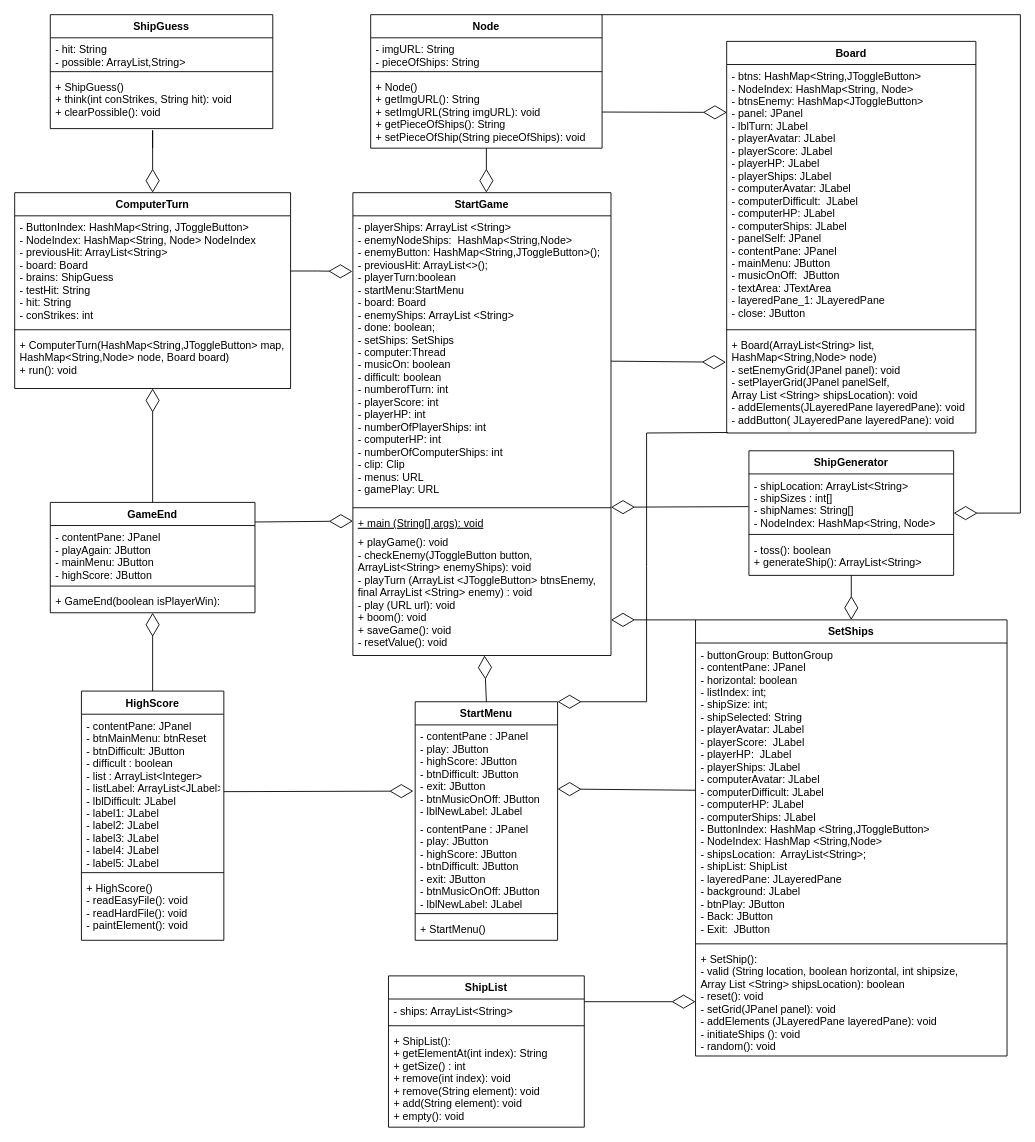
This is page "UML" (1 of 8) of Untitled Diagram.drawio from huytruengusi/Battleship-OOP, a draw.io file, before an edit. Source tidied: cells renumbered, new cells numbered last; positions are measured from the earlier drawing's top-left corner, leaving out a move shared by most shapes. Both pictures are drawn from the tidied source at 89%, with x=0, y=0 at pixel (14, 14).
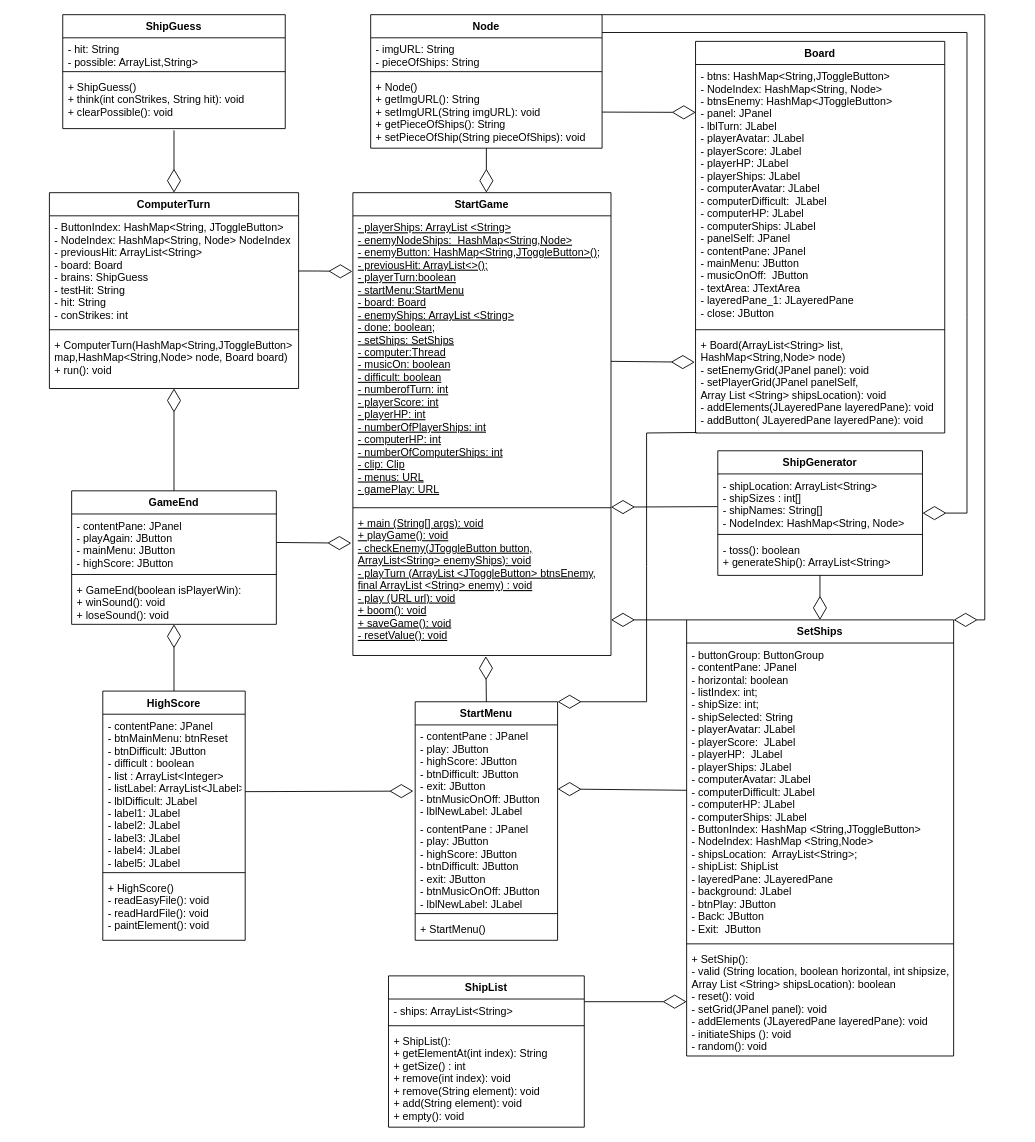
The same page after the edit.

Unchanged cells that the change refers to:
```xml
<mxCell id="2" value="StartGame" style="swimlane;fontStyle=1;align=center;verticalAlign=top;horizontal=1;startSize=26;" parent="1" vertex="1">
  <mxGeometry x="380" y="200" width="290" height="520" as="geometry" />
</mxCell>
<mxCell id="7" value="StartMenu" style="swimlane;fontStyle=1;align=center;verticalAlign=top;horizontal=1;startSize=26;" parent="1" vertex="1">
  <mxGeometry x="450" y="772" width="160" height="268" as="geometry" />
</mxCell>
<mxCell id="27" value="- shipLocation: ArrayList&lt;String&gt;&#10;- shipSizes : int[]&#10;- shipNames: String[]&#10;- NodeIndex: HashMap&lt;String, Node&gt;" style="text;strokeColor=none;fillColor=none;align=left;verticalAlign=top;spacingLeft=4;spacingRight=4;overflow=hidden;points=[[0,0.5],[1,0.5]];portConstraint=eastwest;" parent="26" vertex="1">
  <mxGeometry y="26" width="230" height="64" as="geometry" />
</mxCell>
<mxCell id="30" value="Node" style="swimlane;fontStyle=1;align=center;verticalAlign=top;horizontal=1;startSize=26;" parent="1" vertex="1">
  <mxGeometry x="400" width="260" height="150" as="geometry" />
</mxCell>
<mxCell id="31" value="- imgURL: String&#10;- pieceOfShips: String" style="text;strokeColor=none;fillColor=none;align=left;verticalAlign=top;spacingLeft=4;spacingRight=4;overflow=hidden;points=[[0,0.5],[1,0.5]];portConstraint=eastwest;" parent="30" vertex="1">
  <mxGeometry y="26" width="260" height="34" as="geometry" />
</mxCell>
<mxCell id="35" value="- contentPane: JPanel&#10;- playAgain: JButton&#10;- mainMenu: JButton&#10;- highScore: JButton" style="text;strokeColor=none;fillColor=none;align=left;verticalAlign=top;spacingLeft=4;spacingRight=4;overflow=hidden;points=[[0,0.5],[1,0.5]];portConstraint=eastwest;" parent="34" vertex="1">
  <mxGeometry y="26" width="230" height="64" as="geometry" />
</mxCell>
```

What changed in the source:
```diff
@@
-    <mxCell id="3" value="- playerShips: ArrayList &lt;String&gt;&#10;- enemyNodeShips:  HashMap&lt;String,Node&gt;&#10;- enemyButton: HashMap&lt;String,JToggleButton&gt;();&#10;- previousHit: ArrayList&lt;&gt;();&#10;- playerTurn:boolean&#10;- startMenu:StartMenu&#10;- board: Board&#10;- enemyShips: ArrayList &lt;String&gt;&#10;- done: boolean;&#10;- setShips: SetShips&#10;- computer:Thread&#10;- musicOn: boolean&#10;- difficult: boolean&#10;- numberofTurn: int&#10;- playerScore: int&#10;- playerHP: int&#10;- numberOfPlayerShips: int&#10;- computerHP: int&#10;- numberOfComputerShips: int&#10;- clip: Clip&#10;- menus: URL&#10;- gamePlay: URL" style="text;strokeColor=none;fillColor=none;align=left;verticalAlign=top;spacingLeft=4;spacingRight=4;overflow=hidden;points=[[0,0.5],[1,0.5]];portConstraint=eastwest;" parent="2" vertex="1">
+    <mxCell id="3" value="- playerShips: ArrayList &lt;String&gt;&#10;- enemyNodeShips:  HashMap&lt;String,Node&gt;&#10;- enemyButton: HashMap&lt;String,JToggleButton&gt;();&#10;- previousHit: ArrayList&lt;&gt;();&#10;- playerTurn:boolean&#10;- startMenu:StartMenu&#10;- board: Board&#10;- enemyShips: ArrayList &lt;String&gt;&#10;- done: boolean;&#10;- setShips: SetShips&#10;- computer:Thread&#10;- musicOn: boolean&#10;- difficult: boolean&#10;- numberofTurn: int&#10;- playerScore: int&#10;- playerHP: int&#10;- numberOfPlayerShips: int&#10;- computerHP: int&#10;- numberOfComputerShips: int&#10;- clip: Clip&#10;- menus: URL&#10;- gamePlay: URL" style="text;strokeColor=none;fillColor=none;align=left;verticalAlign=top;spacingLeft=4;spacingRight=4;overflow=hidden;points=[[0,0.5],[1,0.5]];portConstraint=eastwest;fontStyle=4;" parent="2" vertex="1">
       <mxGeometry y="26" width="290" height="324" as="geometry" />
     </mxCell>
@@
-    <mxCell id="5" value="+ main (String[] args): void" style="text;strokeColor=none;fillColor=none;align=left;verticalAlign=top;spacingLeft=4;spacingRight=4;overflow=hidden;points=[[0,0.5],[1,0.5]];portConstraint=eastwest;fontStyle=4;" parent="2" vertex="1">
-      <mxGeometry y="358" width="290" height="22" as="geometry" />
+    <mxCell id="5" value="+ main (String[] args): void&#10;+ playGame(): void&#10;- checkEnemy(JToggleButton button,&#10;ArrayList&lt;String&gt; enemyShips): void&#10;- playTurn (ArrayList &lt;JToggleButton&gt; btnsEnemy,&#10;final ArrayList &lt;String&gt; enemy) : void&#10;- play (URL url): void&#10;+ boom(): void&#10;+ saveGame(): void&#10;- resetValue(): void&#10;" style="text;strokeColor=none;fillColor=none;align=left;verticalAlign=top;spacingLeft=4;spacingRight=4;overflow=hidden;points=[[0,0.5],[1,0.5]];portConstraint=eastwest;fontStyle=4;" parent="2" vertex="1">
+      <mxGeometry y="358" width="290" height="162" as="geometry" />
     </mxCell>
-    <mxCell id="6" value="+ playGame(): void&#10;- checkEnemy(JToggleButton button,&#10;ArrayList&lt;String&gt; enemyShips): void&#10;- playTurn (ArrayList &lt;JToggleButton&gt; btnsEnemy,&#10;final ArrayList &lt;String&gt; enemy) : void&#10;- play (URL url): void&#10;+ boom(): void&#10;+ saveGame(): void&#10;- resetValue(): void&#10;" style="text;strokeColor=none;fillColor=none;align=left;verticalAlign=top;spacingLeft=4;spacingRight=4;overflow=hidden;points=[[0,0.5],[1,0.5]];portConstraint=eastwest;" parent="2" vertex="1">
-      <mxGeometry y="380" width="290" height="140" as="geometry" />
-    </mxCell>
@@
-    <mxCell id="12" style="endArrow=diamondThin;endFill=0;endSize=24;html=1;rounded=0;exitX=0.5;exitY=0;exitDx=0;exitDy=0;" parent="1" edge="1" source="7" target="6">
+    <mxCell id="12" style="endArrow=diamondThin;endFill=0;endSize=24;html=1;rounded=0;exitX=0.5;exitY=0;exitDx=0;exitDy=0;entryX=0.515;entryY=1.005;entryDx=0;entryDy=0;entryPerimeter=0;" parent="1" edge="1" source="7" target="5">
       <mxGeometry relative="1" as="geometry" />
     </mxCell>
@@
     <mxCell id="14" value="HighScore" style="swimlane;fontStyle=1;align=center;verticalAlign=top;horizontal=1;startSize=26;" parent="1" vertex="1">
-      <mxGeometry x="75" y="760" width="160" height="280" as="geometry" />
+      <mxGeometry x="99" y="760" width="160" height="280" as="geometry" />
     </mxCell>
@@
     <mxCell id="22" value="ShipGuess" style="swimlane;fontStyle=1;align=center;verticalAlign=top;horizontal=1;startSize=26;" parent="1" vertex="1">
-      <mxGeometry x="40" width="250" height="128" as="geometry" />
+      <mxGeometry x="54" width="250" height="128" as="geometry" />
     </mxCell>
@@
     <mxCell id="26" value="ShipGenerator" style="swimlane;fontStyle=1;align=center;verticalAlign=top;horizontal=1;startSize=26;" parent="1" vertex="1">
-      <mxGeometry x="825" y="490" width="230" height="140" as="geometry" />
+      <mxGeometry x="790" y="490" width="230" height="140" as="geometry" />
     </mxCell>
@@
     <mxCell id="34" value="GameEnd" style="swimlane;fontStyle=1;align=center;verticalAlign=top;horizontal=1;startSize=26;" parent="1" vertex="1">
-      <mxGeometry x="40" y="548" width="230" height="124" as="geometry" />
+      <mxGeometry x="64" y="535" width="230" height="150" as="geometry" />
     </mxCell>
@@
-    <mxCell id="37" value="+ GameEnd(boolean isPlayerWin):&#10;" style="text;strokeColor=none;fillColor=none;align=left;verticalAlign=top;spacingLeft=4;spacingRight=4;overflow=hidden;points=[[0,0.5],[1,0.5]];portConstraint=eastwest;" parent="34" vertex="1">
-      <mxGeometry y="98" width="230" height="26" as="geometry" />
+    <mxCell id="37" value="+ GameEnd(boolean isPlayerWin):&#10;+ winSound(): void&#10;+ loseSound(): void" style="text;strokeColor=none;fillColor=none;align=left;verticalAlign=top;spacingLeft=4;spacingRight=4;overflow=hidden;points=[[0,0.5],[1,0.5]];portConstraint=eastwest;" parent="34" vertex="1">
+      <mxGeometry y="98" width="230" height="52" as="geometry" />
     </mxCell>
     <mxCell id="38" value="ComputerTurn" style="swimlane;fontStyle=1;align=center;verticalAlign=top;horizontal=1;startSize=26;" parent="1" vertex="1">
-      <mxGeometry y="200" width="310" height="220" as="geometry" />
+      <mxGeometry x="39" y="200" width="280" height="220" as="geometry" />
     </mxCell>
     <mxCell id="39" value="- ButtonIndex: HashMap&lt;String, JToggleButton&gt;&#10;- NodeIndex: HashMap&lt;String, Node&gt; NodeIndex&#10;- previousHit: ArrayList&lt;String&gt;&#10;- board: Board&#10;- brains: ShipGuess&#10;- testHit: String&#10;- hit: String&#10;- conStrikes: int" style="text;strokeColor=none;fillColor=none;align=left;verticalAlign=top;spacingLeft=4;spacingRight=4;overflow=hidden;points=[[0,0.5],[1,0.5]];portConstraint=eastwest;" parent="38" vertex="1">
-      <mxGeometry y="26" width="310" height="124" as="geometry" />
+      <mxGeometry y="26" width="280" height="124" as="geometry" />
     </mxCell>
     <mxCell id="40" style="line;strokeWidth=1;fillColor=none;align=left;verticalAlign=middle;spacingTop=-1;spacingLeft=3;spacingRight=3;labelPosition=right;" parent="38" vertex="1">
-      <mxGeometry y="150" width="310" height="8" as="geometry" />
+      <mxGeometry y="150" width="280" height="8" as="geometry" />
     </mxCell>
-    <mxCell id="41" value="+ ComputerTurn(HashMap&lt;String,JToggleButton&gt; map,&#10;HashMap&lt;String,Node&gt; node, Board board)&#10;+ run(): void&#10;" style="text;strokeColor=none;fillColor=none;align=left;verticalAlign=top;spacingLeft=4;spacingRight=4;overflow=hidden;points=[[0,0.5],[1,0.5]];portConstraint=eastwest;" parent="38" vertex="1">
-      <mxGeometry y="158" width="310" height="62" as="geometry" />
+    <mxCell id="41" value="+ ComputerTurn(HashMap&lt;String,JToggleButton&gt; &#10;map,HashMap&lt;String,Node&gt; node, Board board)&#10;+ run(): void&#10;" style="text;strokeColor=none;fillColor=none;align=left;verticalAlign=top;spacingLeft=4;spacingRight=4;overflow=hidden;points=[[0,0.5],[1,0.5]];portConstraint=eastwest;" parent="38" vertex="1">
+      <mxGeometry y="158" width="280" height="62" as="geometry" />
     </mxCell>
     <mxCell id="42" value="Board" style="swimlane;fontStyle=1;align=center;verticalAlign=top;horizontal=1;startSize=26;" parent="1" vertex="1">
-      <mxGeometry x="800" y="30" width="280" height="440" as="geometry" />
+      <mxGeometry x="765" y="30" width="280" height="440" as="geometry" />
     </mxCell>
@@
-    <mxCell id="47" style="endArrow=diamondThin;endFill=0;endSize=24;html=1;rounded=0;entryX=0;entryY=0.5;entryDx=0;entryDy=0;" parent="1" edge="1" target="5">
-      <mxGeometry relative="1" as="geometry">
-        <mxPoint x="270" y="570" as="sourcePoint" />
-      </mxGeometry>
+    <mxCell id="47" style="endArrow=diamondThin;endFill=0;endSize=24;html=1;rounded=0;entryX=-0.006;entryY=0.221;entryDx=0;entryDy=0;entryPerimeter=0;exitX=1;exitY=0.5;exitDx=0;exitDy=0;" parent="1" edge="1" source="35" target="5">
+      <mxGeometry relative="1" as="geometry" />
     </mxCell>
     <mxCell id="48" value="SetShips" style="swimlane;fontStyle=1;align=center;verticalAlign=top;horizontal=1;startSize=26;" parent="1" vertex="1">
-      <mxGeometry x="765" y="680" width="350" height="490" as="geometry" />
+      <mxGeometry x="755" y="680" width="300" height="490" as="geometry" />
     </mxCell>
     <mxCell id="49" value="- buttonGroup: ButtonGroup&#10;- contentPane: JPanel&#10;- horizontal: boolean&#10;- listIndex: int;&#10;- shipSize: int;&#10;- shipSelected: String&#10;- playerAvatar: JLabel&#10;- playerScore:  JLabel&#10;- playerHP:  JLabel&#10;- playerShips: JLabel&#10;- computerAvatar: JLabel&#10;- computerDifficult: JLabel&#10;- computerHP: JLabel&#10;- computerShips: JLabel&#10;- ButtonIndex: HashMap &lt;String,JToggleButton&gt;&#10;- NodeIndex: HashMap &lt;String,Node&gt; &#10;- shipsLocation:  ArrayList&lt;String&gt;;&#10;- shipList: ShipList &#10;- layeredPane: JLayeredPane&#10;- background: JLabel&#10;- btnPlay: JButton&#10;- Back: JButton&#10;- Exit:  JButton" style="text;strokeColor=none;fillColor=none;align=left;verticalAlign=top;spacingLeft=4;spacingRight=4;overflow=hidden;points=[[0,0.5],[1,0.5]];portConstraint=eastwest;" parent="48" vertex="1">
-      <mxGeometry y="26" width="350" height="334" as="geometry" />
+      <mxGeometry y="26" width="300" height="334" as="geometry" />
     </mxCell>
     <mxCell id="50" style="line;strokeWidth=1;fillColor=none;align=left;verticalAlign=middle;spacingTop=-1;spacingLeft=3;spacingRight=3;labelPosition=right;" parent="48" vertex="1">
-      <mxGeometry y="360" width="350" height="8" as="geometry" />
+      <mxGeometry y="360" width="300" height="8" as="geometry" />
     </mxCell>
     <mxCell id="51" value="+ SetShip():&#10;- valid (String location, boolean horizontal, int shipsize, &#10;Array List &lt;String&gt; shipsLocation): boolean&#10;- reset(): void&#10;- setGrid(JPanel panel): void&#10;- addElements (JLayeredPane layeredPane): void&#10;- initiateShips (): void&#10;- random(): void" style="text;strokeColor=none;fillColor=none;align=left;verticalAlign=top;spacingLeft=4;spacingRight=4;overflow=hidden;points=[[0,0.5],[1,0.5]];portConstraint=eastwest;" parent="48" vertex="1">
-      <mxGeometry y="368" width="350" height="122" as="geometry" />
+      <mxGeometry y="368" width="300" height="122" as="geometry" />
     </mxCell>
@@
-    <mxCell id="56" style="endArrow=diamondThin;endFill=0;endSize=24;html=1;rounded=0;entryX=0.5;entryY=0;entryDx=0;entryDy=0;" parent="1" edge="1" target="38">
-      <mxGeometry relative="1" as="geometry">
-        <mxPoint x="155" y="150" as="sourcePoint" />
-        <Array as="points">
-          <mxPoint x="155" y="130" />
-        </Array>
-      </mxGeometry>
-    </mxCell>
@@
-    <mxCell id="58" style="endArrow=diamondThin;endFill=0;endSize=24;html=1;rounded=0;entryX=1;entryY=0.688;entryDx=0;entryDy=0;entryPerimeter=0;exitX=1;exitY=0;exitDx=0;exitDy=0;" parent="1" edge="1" source="30" target="27">
+    <mxCell id="58" style="endArrow=diamondThin;endFill=0;endSize=24;html=1;rounded=0;entryX=1;entryY=0.688;entryDx=0;entryDy=0;entryPerimeter=0;exitX=1;exitY=-0.176;exitDx=0;exitDy=0;exitPerimeter=0;" parent="1" edge="1" source="31" target="27">
       <mxGeometry relative="1" as="geometry">
         <Array as="points">
-          <mxPoint x="1130" />
-          <mxPoint x="1130" y="560" />
+          <mxPoint x="1070" y="20" />
+          <mxPoint x="1070" y="340" />
+          <mxPoint x="1070" y="560" />
         </Array>
       </mxGeometry>
     </mxCell>
@@
     <mxCell id="60" style="endArrow=diamondThin;endFill=0;endSize=24;html=1;rounded=0;" parent="1" edge="1">
       <mxGeometry relative="1" as="geometry">
-        <mxPoint x="940" y="630" as="sourcePoint" />
-        <mxPoint x="940" y="680" as="targetPoint" />
+        <mxPoint x="904.8" y="630" as="sourcePoint" />
+        <mxPoint x="904.8" y="680" as="targetPoint" />
         <Array as="points">
-          <mxPoint x="940" y="680" />
+          <mxPoint x="904.8" y="680" />
         </Array>
       </mxGeometry>
     </mxCell>
@@
+    <mxCell id="65" style="endArrow=diamondThin;endFill=0;endSize=24;html=1;rounded=0;entryX=0.5;entryY=0;entryDx=0;entryDy=0;" parent="1" edge="1" target="38">
+      <mxGeometry relative="1" as="geometry">
+        <mxPoint x="179" y="130" as="sourcePoint" />
+      </mxGeometry>
+    </mxCell>
+    <mxCell id="66" style="endArrow=diamondThin;endFill=0;endSize=24;html=1;rounded=0;exitX=1;exitY=0;exitDx=0;exitDy=0;entryX=1;entryY=0;entryDx=0;entryDy=0;" parent="1" edge="1" source="30" target="48">
+      <mxGeometry relative="1" as="geometry">
+        <Array as="points">
+          <mxPoint x="1090" />
+          <mxPoint x="1090" y="680" />
+        </Array>
+      </mxGeometry>
+    </mxCell>
```
